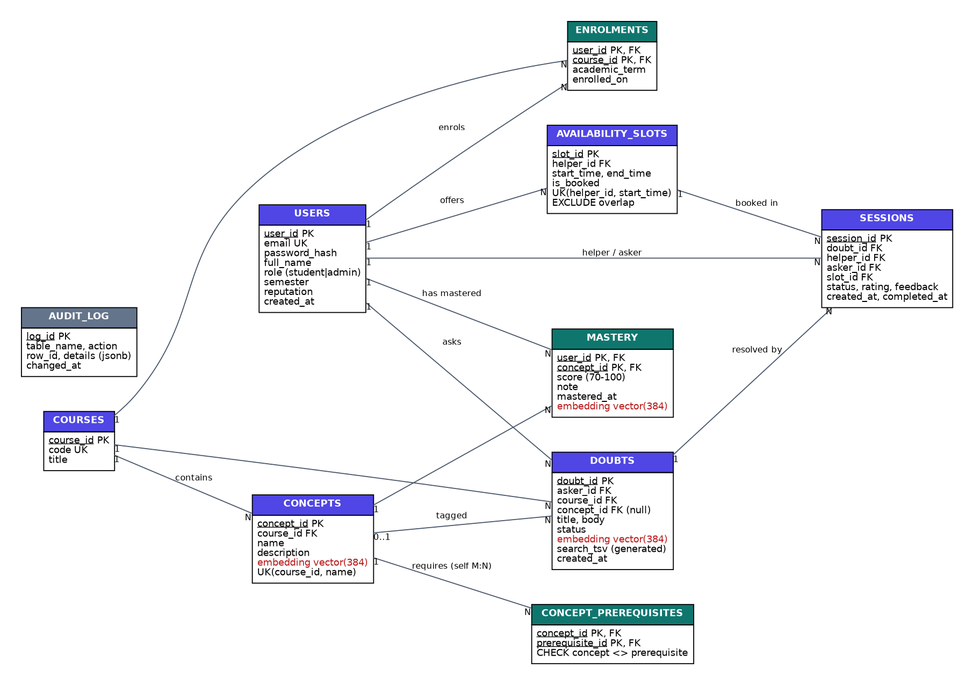
The Graphviz diagram docs/er_diagram.png in SHemanth07/peerbridge, before a commit. Its source is kept beside it as docs/er_diagram.dot.
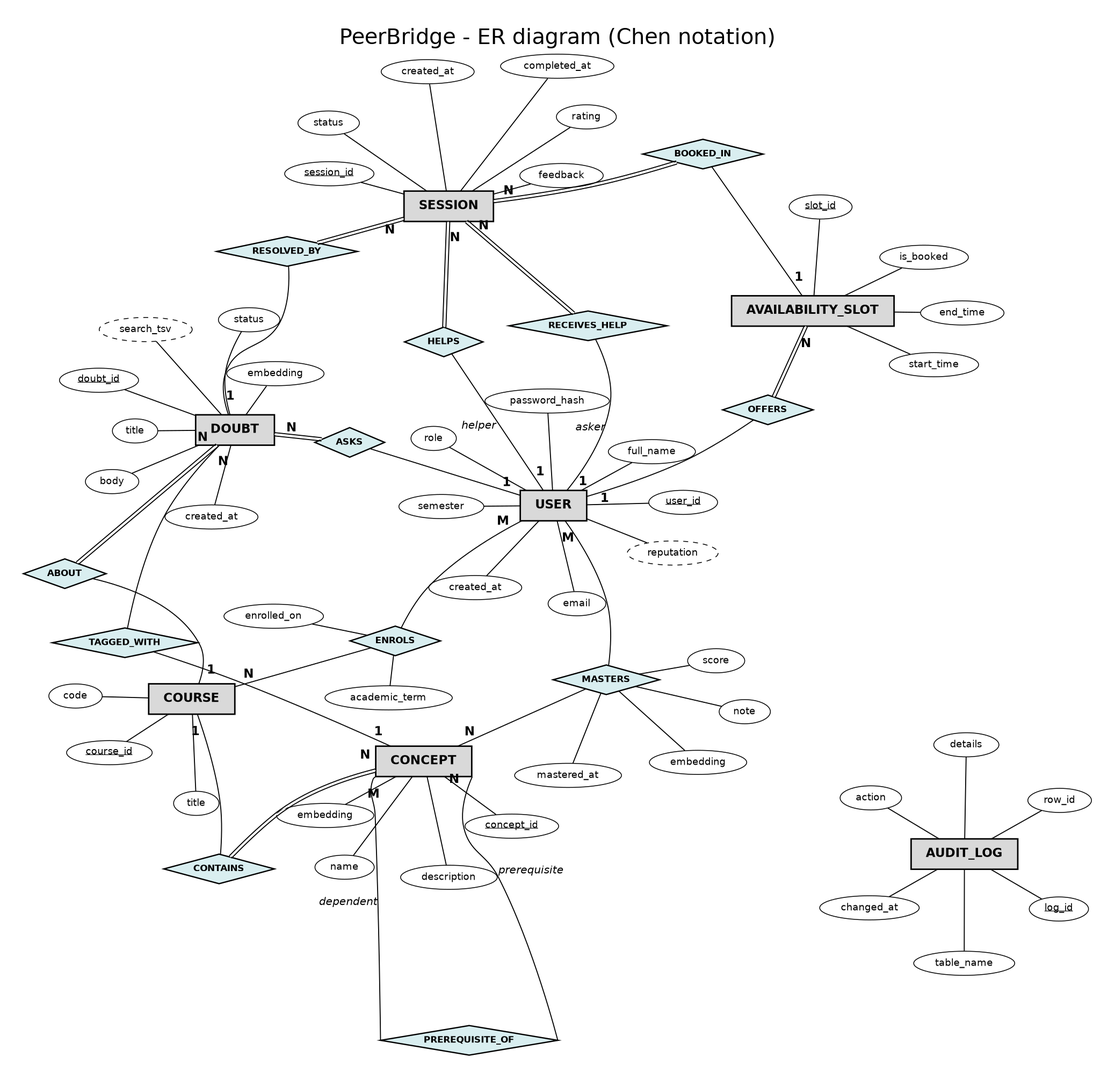
The same file after the commit.

Commit message:
docs: redraw ER diagram in Chen notation, add participation table and ER-to-relational mapping

Diff of the diagram source:
```diff
@@ -1,50 +1,137 @@
-digraph ER {
-  graph [rankdir=LR, splines=true, nodesep=0.5, ranksep=1.1, fontname="Helvetica", bgcolor="white", pad=0.3];
-  node  [shape=plain, fontname="Helvetica", fontsize=10];
-  edge  [fontname="Helvetica", fontsize=9, color="#475569", arrowhead=none];
-
-  users [label=<<table border="0" cellborder="1" cellspacing="0" cellpadding="4">
-    <tr><td bgcolor="#4f46e5"><font color="white"><b>USERS</b></font></td></tr>
-    <tr><td align="left"><u>user_id</u> PK<br align="left"/>email UK<br align="left"/>password_hash<br align="left"/>full_name<br align="left"/>role (student|admin)<br align="left"/>semester<br align="left"/>reputation<br align="left"/>created_at<br align="left"/></td></tr></table>>];
-  courses [label=<<table border="0" cellborder="1" cellspacing="0" cellpadding="4">
-    <tr><td bgcolor="#4f46e5"><font color="white"><b>COURSES</b></font></td></tr>
-    <tr><td align="left"><u>course_id</u> PK<br align="left"/>code UK<br align="left"/>title<br align="left"/></td></tr></table>>];
-  concepts [label=<<table border="0" cellborder="1" cellspacing="0" cellpadding="4">
-    <tr><td bgcolor="#4f46e5"><font color="white"><b>CONCEPTS</b></font></td></tr>
-    <tr><td align="left"><u>concept_id</u> PK<br align="left"/>course_id FK<br align="left"/>name<br align="left"/>description<br align="left"/><font color="#b91c1c">embedding vector(384)</font><br align="left"/>UK(course_id, name)<br align="left"/></td></tr></table>>];
-  prereq [label=<<table border="0" cellborder="1" cellspacing="0" cellpadding="4">
-    <tr><td bgcolor="#0f766e"><font color="white"><b>CONCEPT_PREREQUISITES</b></font></td></tr>
-    <tr><td align="left"><u>concept_id</u> PK, FK<br align="left"/><u>prerequisite_id</u> PK, FK<br align="left"/>CHECK concept &lt;&gt; prerequisite<br align="left"/></td></tr></table>>];
-  enrol [label=<<table border="0" cellborder="1" cellspacing="0" cellpadding="4">
-    <tr><td bgcolor="#0f766e"><font color="white"><b>ENROLMENTS</b></font></td></tr>
-    <tr><td align="left"><u>user_id</u> PK, FK<br align="left"/><u>course_id</u> PK, FK<br align="left"/>academic_term<br align="left"/>enrolled_on<br align="left"/></td></tr></table>>];
-  mastery [label=<<table border="0" cellborder="1" cellspacing="0" cellpadding="4">
-    <tr><td bgcolor="#0f766e"><font color="white"><b>MASTERY</b></font></td></tr>
-    <tr><td align="left"><u>user_id</u> PK, FK<br align="left"/><u>concept_id</u> PK, FK<br align="left"/>score (70-100)<br align="left"/>note<br align="left"/>mastered_at<br align="left"/><font color="#b91c1c">embedding vector(384)</font><br align="left"/></td></tr></table>>];
-  doubts [label=<<table border="0" cellborder="1" cellspacing="0" cellpadding="4">
-    <tr><td bgcolor="#4f46e5"><font color="white"><b>DOUBTS</b></font></td></tr>
-    <tr><td align="left"><u>doubt_id</u> PK<br align="left"/>asker_id FK<br align="left"/>course_id FK<br align="left"/>concept_id FK (null)<br align="left"/>title, body<br align="left"/>status<br align="left"/><font color="#b91c1c">embedding vector(384)</font><br align="left"/>search_tsv (generated)<br align="left"/>created_at<br align="left"/></td></tr></table>>];
-  slots [label=<<table border="0" cellborder="1" cellspacing="0" cellpadding="4">
-    <tr><td bgcolor="#4f46e5"><font color="white"><b>AVAILABILITY_SLOTS</b></font></td></tr>
-    <tr><td align="left"><u>slot_id</u> PK<br align="left"/>helper_id FK<br align="left"/>start_time, end_time<br align="left"/>is_booked<br align="left"/>UK(helper_id, start_time)<br align="left"/>EXCLUDE overlap<br align="left"/></td></tr></table>>];
-  sessions [label=<<table border="0" cellborder="1" cellspacing="0" cellpadding="4">
-    <tr><td bgcolor="#4f46e5"><font color="white"><b>SESSIONS</b></font></td></tr>
-    <tr><td align="left"><u>session_id</u> PK<br align="left"/>doubt_id FK<br align="left"/>helper_id FK<br align="left"/>asker_id FK<br align="left"/>slot_id FK<br align="left"/>status, rating, feedback<br align="left"/>created_at, completed_at<br align="left"/></td></tr></table>>];
-  audit [label=<<table border="0" cellborder="1" cellspacing="0" cellpadding="4">
-    <tr><td bgcolor="#64748b"><font color="white"><b>AUDIT_LOG</b></font></td></tr>
-    <tr><td align="left"><u>log_id</u> PK<br align="left"/>table_name, action<br align="left"/>row_id, details (jsonb)<br align="left"/>changed_at<br align="left"/></td></tr></table>>];
-
-  users -> enrol   [taillabel="1", headlabel="N", label="enrols"];
-  courses -> enrol [taillabel="1", headlabel="N"];
-  courses -> concepts [taillabel="1", headlabel="N", label="contains"];
-  concepts -> prereq  [taillabel="1", headlabel="N", label="requires (self M:N)"];
-  users -> mastery    [taillabel="1", headlabel="N", label="has mastered"];
-  concepts -> mastery [taillabel="1", headlabel="N"];
-  users -> doubts     [taillabel="1", headlabel="N", label="asks"];
-  courses -> doubts   [taillabel="1", headlabel="N"];
-  concepts -> doubts  [taillabel="0..1", headlabel="N", label="tagged"];
-  users -> slots      [taillabel="1", headlabel="N", label="offers"];
-  doubts -> sessions  [taillabel="1", headlabel="N", label="resolved by"];
-  slots -> sessions   [taillabel="1", headlabel="N", label="booked in"];
-  users -> sessions   [taillabel="1", headlabel="N", label="helper / asker"];
+graph ER {
+  layout=neato; overlap=prism; overlap_scaling=4; sep="+16"; splines=true; start=1;
+  graph [bgcolor=white, pad=0.4, fontname="DejaVu Sans", labelloc=t, fontsize=26, label="PeerBridge - ER diagram (Chen notation)\n"];
+  node  [fontname="DejaVu Sans", fontsize=12];
+  edge  [fontname="DejaVu Sans", fontsize=13, color="#000000", penwidth=1.2];
+  USER [shape=box, style=filled, fillcolor="#d9d9d9", fontsize=15, fontname="DejaVu Sans Bold", penwidth=1.8, margin="0.25,0.14"];
+  USER__user_id [shape=ellipse, style=solid, label=<<u>user_id</u>>, width=0.5, height=0.35];
+  USER -- USER__user_id [len=1.15];
+  USER__email [shape=ellipse, style=solid, label="email", width=0.5, height=0.35];
+  USER -- USER__email [len=1.15];
+  USER__password_hash [shape=ellipse, style=solid, label="password_hash", width=0.5, height=0.35];
+  USER -- USER__password_hash [len=1.15];
+  USER__full_name [shape=ellipse, style=solid, label="full_name", width=0.5, height=0.35];
+  USER -- USER__full_name [len=1.15];
+  USER__role [shape=ellipse, style=solid, label="role", width=0.5, height=0.35];
+  USER -- USER__role [len=1.15];
+  USER__semester [shape=ellipse, style=solid, label="semester", width=0.5, height=0.35];
+  USER -- USER__semester [len=1.15];
+  USER__reputation [shape=ellipse, style=dashed, label="reputation", width=0.5, height=0.35];
+  USER -- USER__reputation [len=1.15];
+  USER__created_at [shape=ellipse, style=solid, label="created_at", width=0.5, height=0.35];
+  USER -- USER__created_at [len=1.15];
+  COURSE [shape=box, style=filled, fillcolor="#d9d9d9", fontsize=15, fontname="DejaVu Sans Bold", penwidth=1.8, margin="0.25,0.14"];
+  COURSE__course_id [shape=ellipse, style=solid, label=<<u>course_id</u>>, width=0.5, height=0.35];
+  COURSE -- COURSE__course_id [len=1.15];
+  COURSE__code [shape=ellipse, style=solid, label="code", width=0.5, height=0.35];
+  COURSE -- COURSE__code [len=1.15];
+  COURSE__title [shape=ellipse, style=solid, label="title", width=0.5, height=0.35];
+  COURSE -- COURSE__title [len=1.15];
+  CONCEPT [shape=box, style=filled, fillcolor="#d9d9d9", fontsize=15, fontname="DejaVu Sans Bold", penwidth=1.8, margin="0.25,0.14"];
+  CONCEPT__concept_id [shape=ellipse, style=solid, label=<<u>concept_id</u>>, width=0.5, height=0.35];
+  CONCEPT -- CONCEPT__concept_id [len=1.15];
+  CONCEPT__name [shape=ellipse, style=solid, label="name", width=0.5, height=0.35];
+  CONCEPT -- CONCEPT__name [len=1.15];
+  CONCEPT__description [shape=ellipse, style=solid, label="description", width=0.5, height=0.35];
+  CONCEPT -- CONCEPT__description [len=1.15];
+  CONCEPT__embedding [shape=ellipse, style=solid, label="embedding", width=0.5, height=0.35];
+  CONCEPT -- CONCEPT__embedding [len=1.15];
+  DOUBT [shape=box, style=filled, fillcolor="#d9d9d9", fontsize=15, fontname="DejaVu Sans Bold", penwidth=1.8, margin="0.25,0.14"];
+  DOUBT__doubt_id [shape=ellipse, style=solid, label=<<u>doubt_id</u>>, width=0.5, height=0.35];
+  DOUBT -- DOUBT__doubt_id [len=1.15];
+  DOUBT__title [shape=ellipse, style=solid, label="title", width=0.5, height=0.35];
+  DOUBT -- DOUBT__title [len=1.15];
+  DOUBT__body [shape=ellipse, style=solid, label="body", width=0.5, height=0.35];
+  DOUBT -- DOUBT__body [len=1.15];
+  DOUBT__status [shape=ellipse, style=solid, label="status", width=0.5, height=0.35];
+  DOUBT -- DOUBT__status [len=1.15];
+  DOUBT__embedding [shape=ellipse, style=solid, label="embedding", width=0.5, height=0.35];
+  DOUBT -- DOUBT__embedding [len=1.15];
+  DOUBT__search_tsv [shape=ellipse, style=dashed, label="search_tsv", width=0.5, height=0.35];
+  DOUBT -- DOUBT__search_tsv [len=1.15];
+  DOUBT__created_at [shape=ellipse, style=solid, label="created_at", width=0.5, height=0.35];
+  DOUBT -- DOUBT__created_at [len=1.15];
+  AVAILABILITY_SLOT [shape=box, style=filled, fillcolor="#d9d9d9", fontsize=15, fontname="DejaVu Sans Bold", penwidth=1.8, margin="0.25,0.14"];
+  AVAILABILITY_SLOT__slot_id [shape=ellipse, style=solid, label=<<u>slot_id</u>>, width=0.5, height=0.35];
+  AVAILABILITY_SLOT -- AVAILABILITY_SLOT__slot_id [len=1.15];
+  AVAILABILITY_SLOT__start_time [shape=ellipse, style=solid, label="start_time", width=0.5, height=0.35];
+  AVAILABILITY_SLOT -- AVAILABILITY_SLOT__start_time [len=1.15];
+  AVAILABILITY_SLOT__end_time [shape=ellipse, style=solid, label="end_time", width=0.5, height=0.35];
+  AVAILABILITY_SLOT -- AVAILABILITY_SLOT__end_time [len=1.15];
+  AVAILABILITY_SLOT__is_booked [shape=ellipse, style=solid, label="is_booked", width=0.5, height=0.35];
+  AVAILABILITY_SLOT -- AVAILABILITY_SLOT__is_booked [len=1.15];
+  SESSION [shape=box, style=filled, fillcolor="#d9d9d9", fontsize=15, fontname="DejaVu Sans Bold", penwidth=1.8, margin="0.25,0.14"];
+  SESSION__session_id [shape=ellipse, style=solid, label=<<u>session_id</u>>, width=0.5, height=0.35];
+  SESSION -- SESSION__session_id [len=1.15];
+  SESSION__status [shape=ellipse, style=solid, label="status", width=0.5, height=0.35];
+  SESSION -- SESSION__status [len=1.15];
+  SESSION__rating [shape=ellipse, style=solid, label="rating", width=0.5, height=0.35];
+  SESSION -- SESSION__rating [len=1.15];
+  SESSION__feedback [shape=ellipse, style=solid, label="feedback", width=0.5, height=0.35];
+  SESSION -- SESSION__feedback [len=1.15];
+  SESSION__created_at [shape=ellipse, style=solid, label="created_at", width=0.5, height=0.35];
+  SESSION -- SESSION__created_at [len=1.15];
+  SESSION__completed_at [shape=ellipse, style=solid, label="completed_at", width=0.5, height=0.35];
+  SESSION -- SESSION__completed_at [len=1.15];
+  AUDIT_LOG [shape=box, style=filled, fillcolor="#d9d9d9", fontsize=15, fontname="DejaVu Sans Bold", penwidth=1.8, margin="0.25,0.14"];
+  AUDIT_LOG__log_id [shape=ellipse, style=solid, label=<<u>log_id</u>>, width=0.5, height=0.35];
+  AUDIT_LOG -- AUDIT_LOG__log_id [len=1.15];
+  AUDIT_LOG__table_name [shape=ellipse, style=solid, label="table_name", width=0.5, height=0.35];
+  AUDIT_LOG -- AUDIT_LOG__table_name [len=1.15];
+  AUDIT_LOG__action [shape=ellipse, style=solid, label="action", width=0.5, height=0.35];
+  AUDIT_LOG -- AUDIT_LOG__action [len=1.15];
+  AUDIT_LOG__row_id [shape=ellipse, style=solid, label="row_id", width=0.5, height=0.35];
+  AUDIT_LOG -- AUDIT_LOG__row_id [len=1.15];
+  AUDIT_LOG__details [shape=ellipse, style=solid, label="details", width=0.5, height=0.35];
+  AUDIT_LOG -- AUDIT_LOG__details [len=1.15];
+  AUDIT_LOG__changed_at [shape=ellipse, style=solid, label="changed_at", width=0.5, height=0.35];
+  AUDIT_LOG -- AUDIT_LOG__changed_at [len=1.15];
+  ENROLS [shape=diamond, style=filled, fillcolor="#d9eef0", fontsize=11, fontname="DejaVu Sans Bold", penwidth=1.6];
+  ENROLS__academic_term [shape=ellipse, style=solid, label="academic_term", width=0.5, height=0.35];
+  ENROLS -- ENROLS__academic_term [len=1.1];
+  ENROLS__enrolled_on [shape=ellipse, style=solid, label="enrolled_on", width=0.5, height=0.35];
+  ENROLS -- ENROLS__enrolled_on [len=1.1];
+  ENROLS -- USER [len=2.0, color="#000000", headlabel="M", labeldistance=2.2, labelangle=-25, labelfontsize=15, labelfontname="DejaVu Sans Bold"];
+  ENROLS -- COURSE [len=2.0, color="#000000", headlabel="N", labeldistance=2.2, labelangle=25, labelfontsize=15, labelfontname="DejaVu Sans Bold"];
+  CONTAINS [shape=diamond, style=filled, fillcolor="#d9eef0", fontsize=11, fontname="DejaVu Sans Bold", penwidth=1.6];
+  CONTAINS -- COURSE [len=2.0, color="#000000", headlabel="1", labeldistance=2.2, labelangle=-25, labelfontsize=15, labelfontname="DejaVu Sans Bold"];
+  CONTAINS -- CONCEPT [len=2.0, color="#000000:#ffffff:#000000", headlabel="N", labeldistance=2.2, labelangle=-70, labelfontsize=15, labelfontname="DejaVu Sans Bold"];
+  MASTERS [shape=diamond, style=filled, fillcolor="#d9eef0", fontsize=11, fontname="DejaVu Sans Bold", penwidth=1.6];
+  MASTERS__score [shape=ellipse, style=solid, label="score", width=0.5, height=0.35];
+  MASTERS -- MASTERS__score [len=1.1];
+  MASTERS__note [shape=ellipse, style=solid, label="note", width=0.5, height=0.35];
+  MASTERS -- MASTERS__note [len=1.1];
+  MASTERS__mastered_at [shape=ellipse, style=solid, label="mastered_at", width=0.5, height=0.35];
+  MASTERS -- MASTERS__mastered_at [len=1.1];
+  MASTERS__embedding [shape=ellipse, style=solid, label="embedding", width=0.5, height=0.35];
+  MASTERS -- MASTERS__embedding [len=1.1];
+  MASTERS -- USER [len=2.0, color="#000000", headlabel="M", labeldistance=2.2, labelangle=-25, labelfontsize=15, labelfontname="DejaVu Sans Bold"];
+  MASTERS -- CONCEPT [len=2.0, color="#000000", headlabel="N", labeldistance=2.2, labelangle=25, labelfontsize=15, labelfontname="DejaVu Sans Bold"];
+  PREREQUISITE_OF [shape=diamond, style=filled, fillcolor="#d9eef0", fontsize=11, fontname="DejaVu Sans Bold", penwidth=1.6];
+  PREREQUISITE_OF -- CONCEPT [len=3.0, color="#000000", headlabel="M", labeldistance=2.2, labelangle=55, labelfontsize=15, labelfontname="DejaVu Sans Bold", tailport=w, headport=sw, xlabel=<<i>dependent</i>>];
+  PREREQUISITE_OF -- CONCEPT [len=3.0, color="#000000", headlabel="N", labeldistance=2.2, labelangle=-55, labelfontsize=15, labelfontname="DejaVu Sans Bold", tailport=e, headport=se, xlabel=<<i>prerequisite</i>>];
+  ASKS [shape=diamond, style=filled, fillcolor="#d9eef0", fontsize=11, fontname="DejaVu Sans Bold", penwidth=1.6];
+  ASKS -- USER [len=2.0, color="#000000", headlabel="1", labeldistance=2.2, labelangle=-25, labelfontsize=15, labelfontname="DejaVu Sans Bold"];
+  ASKS -- DOUBT [len=2.0, color="#000000:#ffffff:#000000", headlabel="N", labeldistance=2.2, labelangle=25, labelfontsize=15, labelfontname="DejaVu Sans Bold"];
+  ABOUT [shape=diamond, style=filled, fillcolor="#d9eef0", fontsize=11, fontname="DejaVu Sans Bold", penwidth=1.6];
+  ABOUT -- COURSE [len=2.0, color="#000000", headlabel="1", labeldistance=2.2, labelangle=-25, labelfontsize=15, labelfontname="DejaVu Sans Bold"];
+  ABOUT -- DOUBT [len=2.0, color="#000000:#ffffff:#000000", headlabel="N", labeldistance=2.2, labelangle=70, labelfontsize=15, labelfontname="DejaVu Sans Bold"];
+  TAGGED_WITH [shape=diamond, style=filled, fillcolor="#d9eef0", fontsize=11, fontname="DejaVu Sans Bold", penwidth=1.6];
+  TAGGED_WITH -- CONCEPT [len=2.0, color="#000000", headlabel="1", labeldistance=2.2, labelangle=-25, labelfontsize=15, labelfontname="DejaVu Sans Bold"];
+  TAGGED_WITH -- DOUBT [len=2.0, color="#000000", headlabel="N", labeldistance=2.2, labelangle=-70, labelfontsize=15, labelfontname="DejaVu Sans Bold"];
+  OFFERS [shape=diamond, style=filled, fillcolor="#d9eef0", fontsize=11, fontname="DejaVu Sans Bold", penwidth=1.6];
+  OFFERS -- USER [len=2.0, color="#000000", headlabel="1", labeldistance=2.2, labelangle=-25, labelfontsize=15, labelfontname="DejaVu Sans Bold"];
+  OFFERS -- AVAILABILITY_SLOT [len=2.0, color="#000000:#ffffff:#000000", headlabel="N", labeldistance=2.2, labelangle=25, labelfontsize=15, labelfontname="DejaVu Sans Bold"];
+  RESOLVED_BY [shape=diamond, style=filled, fillcolor="#d9eef0", fontsize=11, fontname="DejaVu Sans Bold", penwidth=1.6];
+  RESOLVED_BY -- DOUBT [len=2.0, color="#000000", headlabel="1", labeldistance=2.2, labelangle=-25, labelfontsize=15, labelfontname="DejaVu Sans Bold"];
+  RESOLVED_BY -- SESSION [len=2.0, color="#000000:#ffffff:#000000", headlabel="N", labeldistance=2.2, labelangle=25, labelfontsize=15, labelfontname="DejaVu Sans Bold"];
+  BOOKED_IN [shape=diamond, style=filled, fillcolor="#d9eef0", fontsize=11, fontname="DejaVu Sans Bold", penwidth=1.6];
+  BOOKED_IN -- AVAILABILITY_SLOT [len=2.0, color="#000000", headlabel="1", labeldistance=2.2, labelangle=-25, labelfontsize=15, labelfontname="DejaVu Sans Bold"];
+  BOOKED_IN -- SESSION [len=2.0, color="#000000:#ffffff:#000000", headlabel="N", labeldistance=2.2, labelangle=25, labelfontsize=15, labelfontname="DejaVu Sans Bold"];
+  HELPS [shape=diamond, style=filled, fillcolor="#d9eef0", fontsize=11, fontname="DejaVu Sans Bold", penwidth=1.6];
+  HELPS -- USER [len=2.0, color="#000000", headlabel="1", labeldistance=2.2, labelangle=-25, labelfontsize=15, labelfontname="DejaVu Sans Bold", xlabel=<<i>helper</i>>];
+  HELPS -- SESSION [len=2.0, color="#000000:#ffffff:#000000", headlabel="N", labeldistance=2.2, labelangle=25, labelfontsize=15, labelfontname="DejaVu Sans Bold"];
+  RECEIVES_HELP [shape=diamond, style=filled, fillcolor="#d9eef0", fontsize=11, fontname="DejaVu Sans Bold", penwidth=1.6];
+  RECEIVES_HELP -- USER [len=2.0, color="#000000", headlabel="1", labeldistance=2.2, labelangle=-25, labelfontsize=15, labelfontname="DejaVu Sans Bold", xlabel=<<i>asker</i>>];
+  RECEIVES_HELP -- SESSION [len=2.0, color="#000000:#ffffff:#000000", headlabel="N", labeldistance=2.2, labelangle=25, labelfontsize=15, labelfontname="DejaVu Sans Bold"];
 }
```
